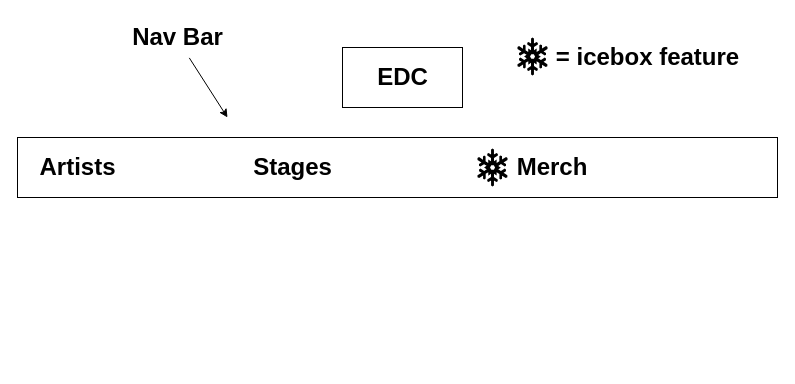
Earlier version of the draw.io diagram Project-Info/wireframes/landing.drawio (alexxgz/festivalApp). Source tidied: cells renumbered, new cells numbered last; positions are measured from the earlier drawing's top-left corner, leaving out a move shared by most shapes. Both pictures are drawn from the tidied source at 100%, with x=0, y=0 at pixel (17, 17).
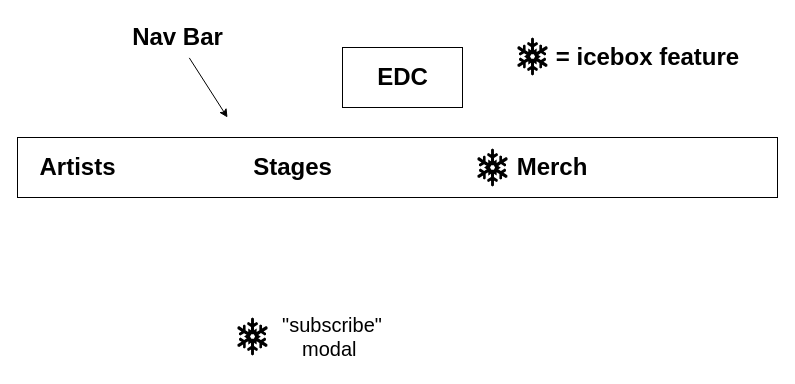
Above is the later version.

Commit message (it also covers changes not shown here):
project planning finished and signed off on

Diff of the diagram source:
```diff
@@
 <mxGraphModel>
   <root>
     <mxCell id="0" />
     <mxCell id="1" parent="0" />
     <mxCell id="2" style="rounded=0;whiteSpace=wrap;html=1;" parent="1" vertex="1">
       <mxGeometry x="325" y="30" width="120" height="60" as="geometry" />
     </mxCell>
     <mxCell id="3" value="EDC" style="text;strokeColor=none;fillColor=none;html=1;fontSize=24;fontStyle=1;verticalAlign=middle;align=center;" parent="1" vertex="1">
       <mxGeometry x="335" y="40" width="100" height="40" as="geometry" />
     </mxCell>
     <mxCell id="4" style="rounded=0;whiteSpace=wrap;html=1;" parent="1" vertex="1">
       <mxGeometry y="120" width="760" height="60" as="geometry" />
     </mxCell>
     <mxCell id="5" value="Nav Bar" style="text;strokeColor=none;fillColor=none;html=1;fontSize=24;fontStyle=1;verticalAlign=middle;align=center;" parent="1" vertex="1">
       <mxGeometry x="110" width="100" height="40" as="geometry" />
     </mxCell>
     <mxCell id="6" value="Artists" style="text;strokeColor=none;fillColor=none;html=1;fontSize=24;fontStyle=1;verticalAlign=middle;align=center;" parent="1" vertex="1">
       <mxGeometry x="10" y="130" width="100" height="40" as="geometry" />
     </mxCell>
     <mxCell id="7" value="Stages" style="text;strokeColor=none;fillColor=none;html=1;fontSize=24;fontStyle=1;verticalAlign=middle;align=center;" parent="1" vertex="1">
       <mxGeometry x="225" y="130" width="100" height="40" as="geometry" />
     </mxCell>
     <mxCell id="8" style="endArrow=classic;html=1;exitX=0.618;exitY=1.01;exitDx=0;exitDy=0;exitPerimeter=0;" parent="1" edge="1" source="5">
       <mxGeometry relative="1" as="geometry">
         <mxPoint x="210" y="100" as="targetPoint" />
       </mxGeometry>
     </mxCell>
     <mxCell id="9" value="&lt;font style=&quot;font-size: 24px&quot;&gt;&lt;b&gt;Merch&lt;/b&gt;&lt;/font&gt;" style="text;html=1;strokeColor=none;fillColor=none;align=center;verticalAlign=middle;whiteSpace=wrap;rounded=0;" parent="1" vertex="1">
       <mxGeometry x="480" y="135" width="110" height="30" as="geometry" />
     </mxCell>
     <mxCell id="10" style="shape=mxgraph.signs.nature.snowflake;html=1;fillColor=#000000;strokeColor=none;verticalLabelPosition=bottom;verticalAlign=top;align=center;" parent="1" vertex="1">
       <mxGeometry x="500" y="20" width="30" height="38" as="geometry" />
     </mxCell>
     <mxCell id="11" value="= icebox feature" style="text;strokeColor=none;fillColor=none;html=1;fontSize=24;fontStyle=1;verticalAlign=middle;align=center;" parent="1" vertex="1">
       <mxGeometry x="580" y="20" width="100" height="40" as="geometry" />
     </mxCell>
     <mxCell id="12" style="shape=mxgraph.signs.nature.snowflake;html=1;fillColor=#000000;strokeColor=none;verticalLabelPosition=bottom;verticalAlign=top;align=center;" parent="1" vertex="1">
       <mxGeometry x="460" y="131" width="30" height="38" as="geometry" />
     </mxCell>
+    <mxCell id="13" style="shape=mxgraph.signs.nature.snowflake;html=1;fillColor=#000000;strokeColor=none;verticalLabelPosition=bottom;verticalAlign=top;align=center;" parent="1" vertex="1">
+      <mxGeometry x="220" y="300" width="30" height="38" as="geometry" />
+    </mxCell>
+    <mxCell id="14" value="&lt;font style=&quot;font-size: 20px&quot;&gt;&quot;subscribe&quot; modal&amp;nbsp;&lt;/font&gt;" style="text;html=1;strokeColor=none;fillColor=none;align=center;verticalAlign=middle;whiteSpace=wrap;rounded=0;" parent="1" vertex="1">
+      <mxGeometry x="240" y="288.5" width="150" height="61" as="geometry" />
+    </mxCell>
   </root>
 </mxGraphModel>
```
